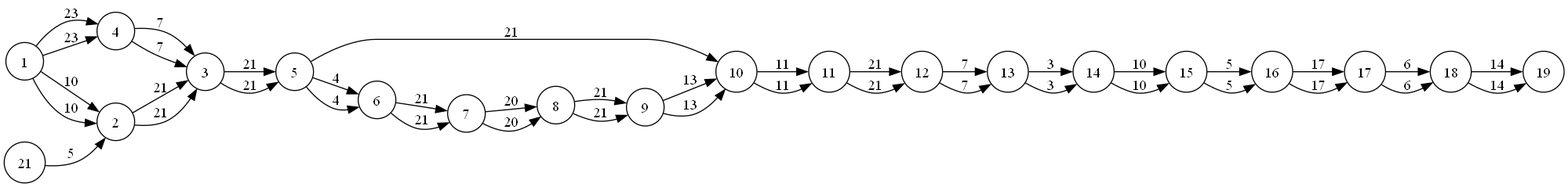
The Graphviz diagram Rute.png in RSebXC/EDD_Fase3_202204496, before a commit. Its source is kept beside it as Rute.dot.
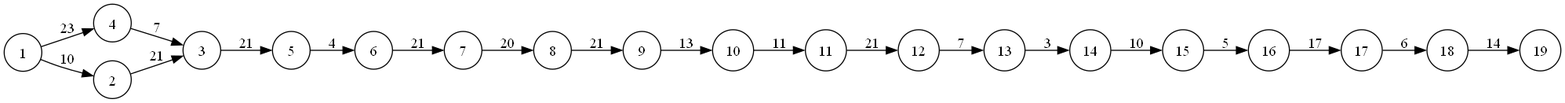
After the change.

What changed in the source:
```diff
@@ -2,43 +2,22 @@
      rankdir=LR;
      node [shape=circle];
     18 -> 19 [label="14"];
-    18 -> 19 [label="14"];
-    17 -> 18 [label="6"];
     17 -> 18 [label="6"];
     16 -> 17 [label="17"];
-    16 -> 17 [label="17"];
-    15 -> 16 [label="5"];
     15 -> 16 [label="5"];
     14 -> 15 [label="10"];
-    14 -> 15 [label="10"];
-    13 -> 14 [label="3"];
     13 -> 14 [label="3"];
     12 -> 13 [label="7"];
-    12 -> 13 [label="7"];
-    11 -> 12 [label="21"];
     11 -> 12 [label="21"];
     9 -> 10 [label="13"];
-    9 -> 10 [label="13"];
-    8 -> 9 [label="21"];
     8 -> 9 [label="21"];
     7 -> 8 [label="20"];
-    7 -> 8 [label="20"];
-    6 -> 7 [label="21"];
     6 -> 7 [label="21"];
     4 -> 3 [label="7"];
-    4 -> 3 [label="7"];
-    3 -> 5 [label="21"];
     3 -> 5 [label="21"];
     10 -> 11 [label="11"];
-    10 -> 11 [label="11"];
     5 -> 6 [label="4"];
-    5 -> 6 [label="4"];
-    5 -> 10 [label="21"];
-    1 -> 2 [label="10"];
     1 -> 2 [label="10"];
     1 -> 4 [label="23"];
-    1 -> 4 [label="23"];
     2 -> 3 [label="21"];
-    2 -> 3 [label="21"];
-    21 -> 2 [label="5"];
  }
```
